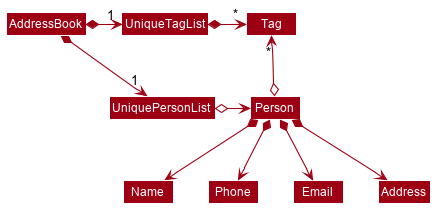
Above: docs/images/BetterModelClassDiagram.png in nus-cs2103-AY1920S2/addressbook-level3 (PlantUML), before the change.
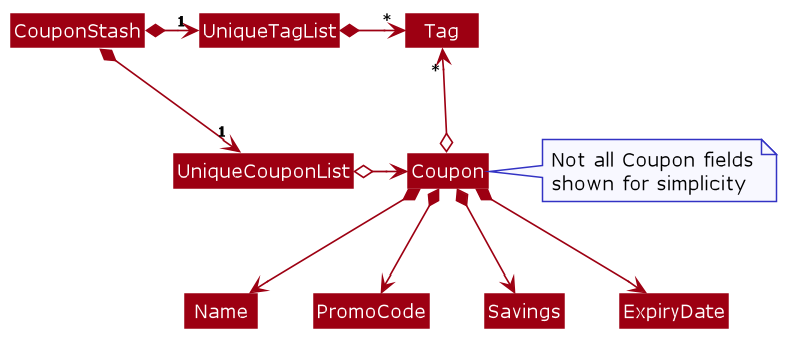
The same file after the commit.

Diff of the diagram source:
```diff
@@ -1,4 +1,6 @@
 @startuml
+
+
 
 
 
@@ -16,13 +18,14 @@
     BorderThickness 1
     BorderColor #FFFFFF
     StereotypeFontColor #FFFFFF
-    FontName Arial
+    FontName Verdana
+    AttributeFontColor #FFFFFF
 }
 
 skinparam Actor {
     BorderColor #000000
     Color #000000
-    FontName Arial
+    FontName Verdana
 }
 
 skinparam Sequence {
@@ -30,7 +33,7 @@
     BoxFontSize 15
     BoxPadding 0
     BoxFontColor #FFFFFF
-    FontName Arial
+    FontName Verdana
 }
 
 skinparam Participant {
@@ -38,11 +41,22 @@
     Padding 20
 }
 
+skinparam GenericDisplay zz
+
+skinparam ArrowFontSize 10
+skinparam ArrowFontStyle bold
+
+skinparam NoteBackgroundColor ghostwhite
+skinparam NoteBorderColor #3333C4
+skinparam DefaultFontName Verdana
+
 skinparam MinClassWidth 50
 skinparam ParticipantPadding 10
 skinparam Shadowing false
 skinparam DefaultTextAlignment center
 skinparam packageStyle Rectangle
+skinparam classAttributeIconSize 0
+skinparam genericDisplay old
 
 hide footbox
 hide members
@@ -51,18 +65,21 @@
 skinparam arrowColor #9D0012
 skinparam classBackgroundColor #9D0012
 
-AddressBook *-right-> "1" UniquePersonList
-AddressBook *-right-> "1" UniqueTagList
-UniqueTagList -[hidden]down- UniquePersonList
-UniqueTagList -[hidden]down- UniquePersonList
+CouponStash *-right-> "1" UniqueCouponList
+CouponStash *-right-> "1" UniqueTagList
+UniqueTagList -[hidden]down- UniqueCouponList
+UniqueTagList -[hidden]down- UniqueCouponList
 
 UniqueTagList *-right-> "*" Tag
-UniquePersonList o-right-> Person
+UniqueCouponList o-right-> Coupon
 
-Person o-up-> "*" Tag
+Coupon o-up-> "*" Tag
 
-Person *--> Name
-Person *--> Phone
-Person *--> Email
-Person *--> Address
+Coupon *--> Name
+Coupon *--> PromoCode
+Coupon *--> Savings
+Coupon *--> ExpiryDate
+
+note "Not all Coupon fields\nshown for simplicity" as N1
+N1 .left. Coupon
 @enduml
```
